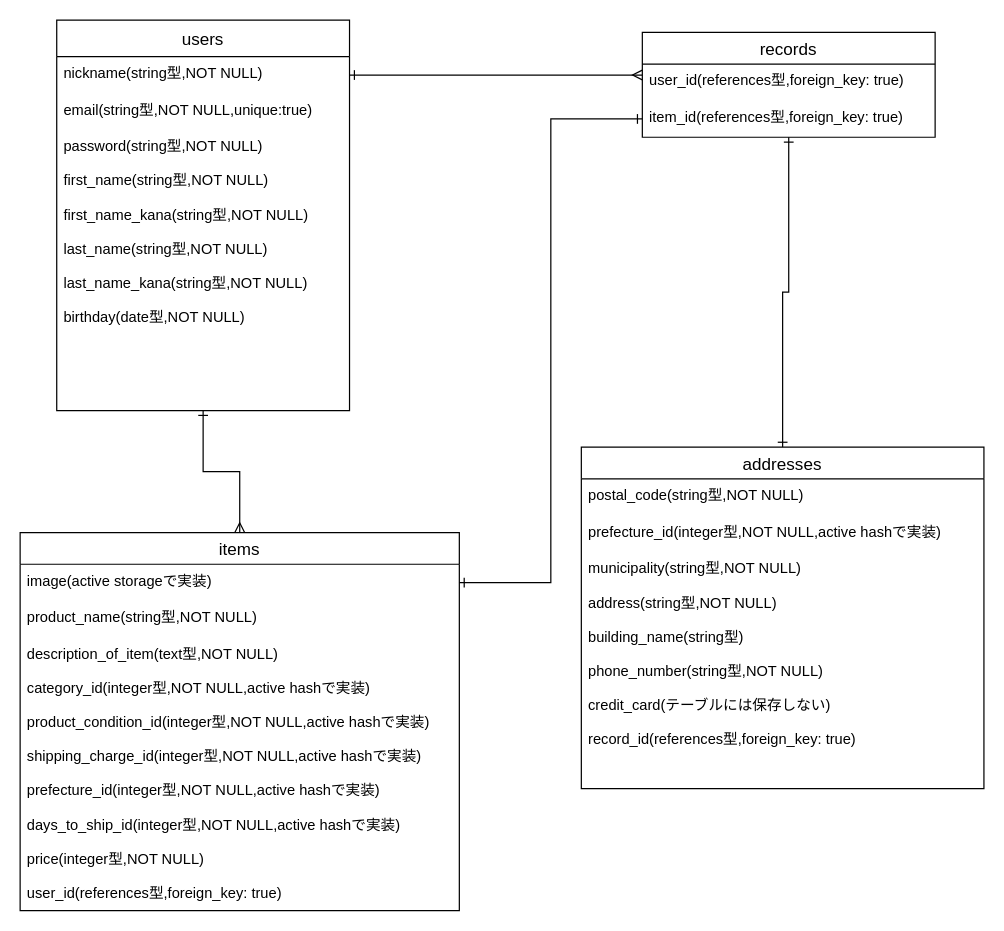
This is furima.dio from symr1010/furima-32991, a draw.io file, before an edit. Source tidied: cells renumbered, new cells numbered last; positions are measured from the earlier drawing's top-left corner, leaving out a move shared by most shapes. Both pictures are drawn from the tidied source at 122%, with x=0, y=0 at pixel (20, 20).
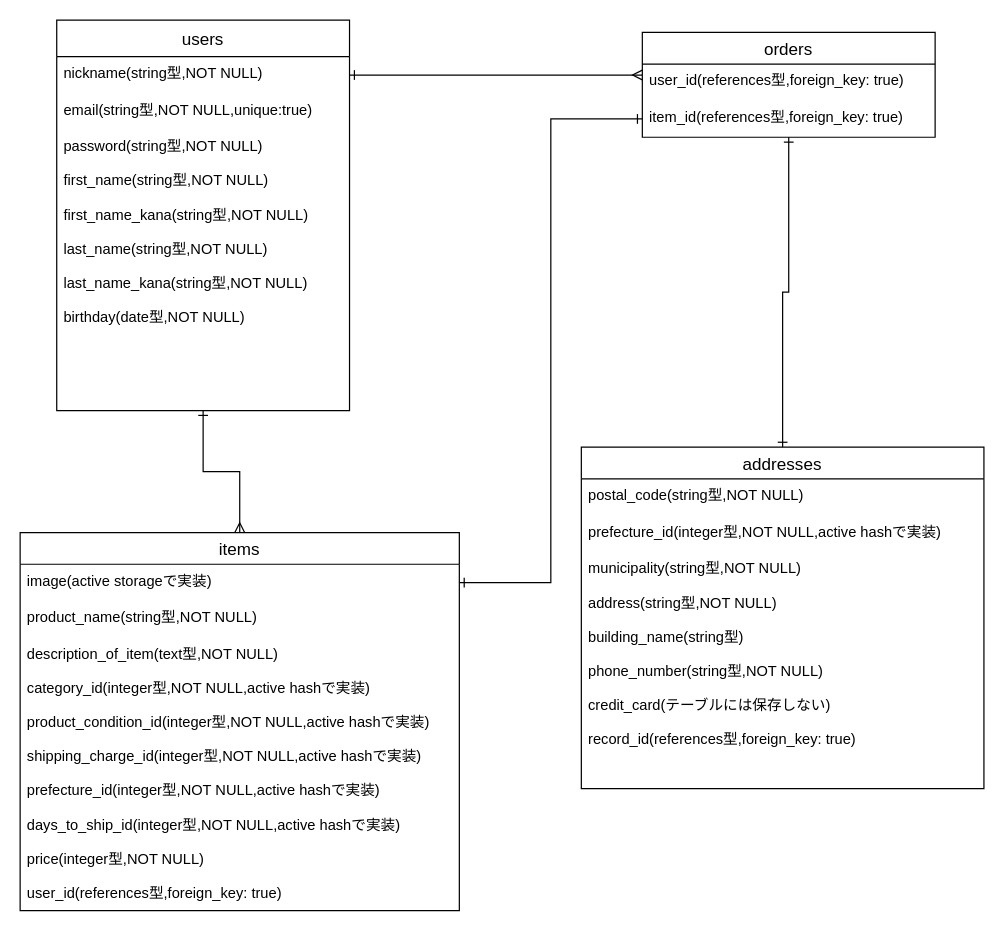
Above is the later version.

What changed in the source:
```diff
@@
-    <mxCell id="8" value="records" style="swimlane;fontStyle=0;horizontal=1;startSize=26;align=center;fontSize=14;" parent="1" vertex="1">
+    <mxCell id="8" value="orders" style="swimlane;fontStyle=0;horizontal=1;startSize=26;align=center;fontSize=14;" parent="1" vertex="1">
       <mxGeometry x="510" y="10" width="240" height="86" as="geometry" />
     </mxCell>
```
